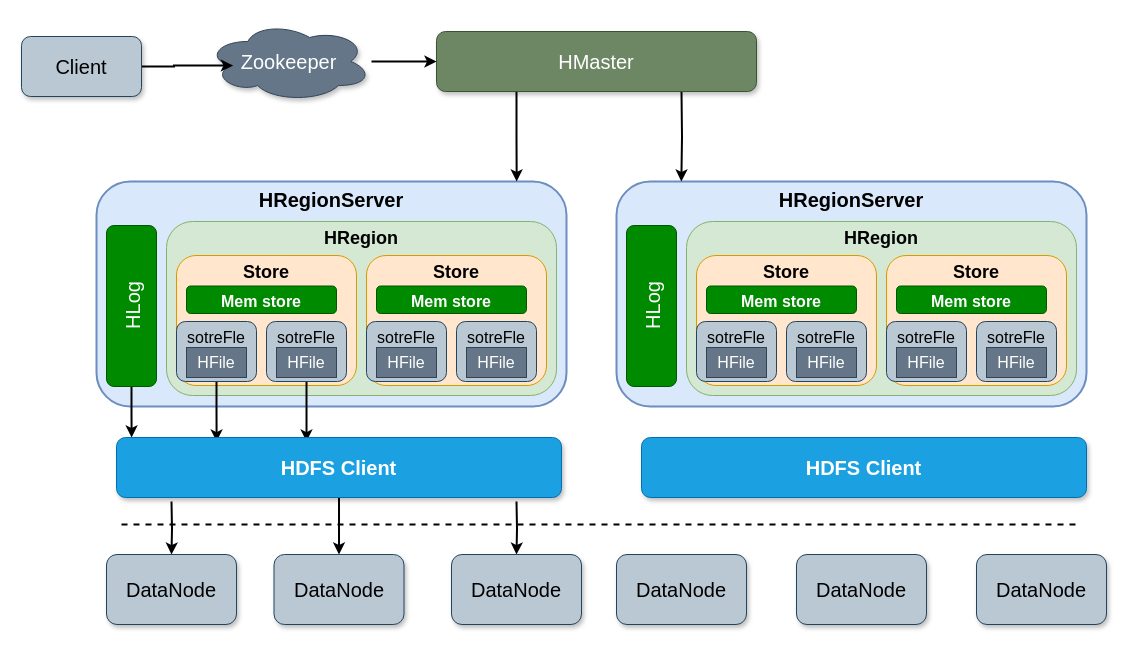
Above: HBase.drawio in starzy1990/diagrams (draw.io), before the change. Source tidied: cells renumbered, new cells numbered last; positions are measured from the earlier drawing's top-left corner, leaving out a move shared by most shapes. Both pictures are drawn from the tidied source at 100%, with x=0, y=0 at pixel (21, 21).
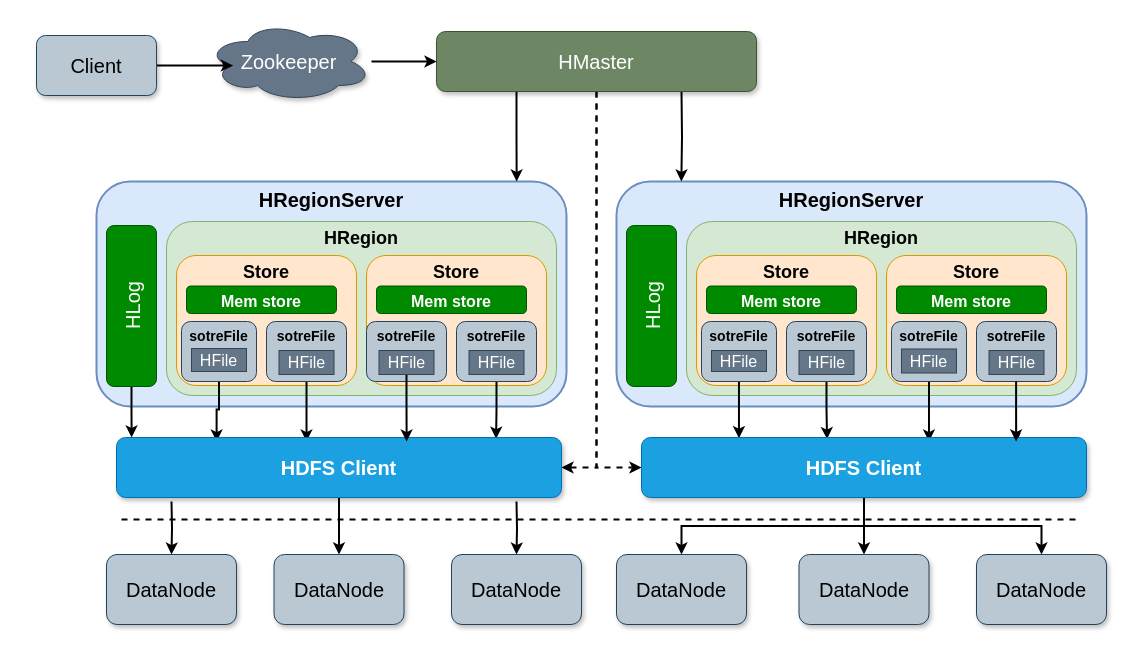
After the change.

The change refers to these unchanged cells:
```xml
<mxCell id="37" value="HMaster" style="rounded=1;whiteSpace=wrap;html=1;fontSize=20;fillColor=#6d8764;fontColor=#ffffff;strokeColor=#3A5431;shadow=1;" parent="1" vertex="1">
  <mxGeometry x="415" y="10" width="320" height="60" as="geometry" />
</mxCell>
<mxCell id="45" value="HDFS Client" style="rounded=1;whiteSpace=wrap;html=1;shadow=1;fontSize=20;fillColor=#1ba1e2;strokeColor=#006EAF;fontColor=#ffffff;fontStyle=1;" parent="1" vertex="1">
  <mxGeometry x="95" y="416" width="445" height="60" as="geometry" />
</mxCell>
<mxCell id="46" value="HDFS Client" style="rounded=1;whiteSpace=wrap;html=1;shadow=1;fontSize=20;fillColor=#1ba1e2;strokeColor=#006EAF;fontColor=#ffffff;fontStyle=1;" parent="1" vertex="1">
  <mxGeometry x="620" y="416" width="445" height="60" as="geometry" />
</mxCell>
<mxCell id="51" value="DataNode" style="rounded=1;whiteSpace=wrap;html=1;shadow=1;fontSize=20;fillColor=#bac8d3;strokeColor=#23445d;" parent="1" vertex="1">
  <mxGeometry x="595" y="533" width="130" height="70" as="geometry" />
</mxCell>
<mxCell id="53" value="DataNode" style="rounded=1;whiteSpace=wrap;html=1;shadow=1;fontSize=20;fillColor=#bac8d3;strokeColor=#23445d;" parent="1" vertex="1">
  <mxGeometry x="955" y="533" width="130" height="70" as="geometry" />
</mxCell>
```

The edit, as a diff of the source:
```diff
@@
-    <mxCell id="9" value="sotreFle" style="rounded=1;whiteSpace=wrap;html=1;fontSize=16;verticalAlign=top;fillColor=#bac8d3;strokeColor=#23445d;" parent="1" vertex="1">
-      <mxGeometry x="155" y="300" width="80" height="60" as="geometry" />
+    <mxCell id="9" value="sotreFile" style="rounded=1;whiteSpace=wrap;html=1;fontSize=14;verticalAlign=top;fillColor=#bac8d3;strokeColor=#23445d;fontStyle=1;" parent="1" vertex="1">
+      <mxGeometry x="160" y="300" width="75" height="60" as="geometry" />
     </mxCell>
-    <mxCell id="10" value="HFile" style="rounded=0;whiteSpace=wrap;html=1;fontSize=16;fillColor=#647687;strokeColor=#314354;fontColor=#ffffff;" parent="1" vertex="1">
-      <mxGeometry x="165" y="326" width="60" height="30" as="geometry" />
-    </mxCell>
@@
-    <mxCell id="12" value="sotreFle" style="rounded=1;whiteSpace=wrap;html=1;fontSize=16;verticalAlign=top;fillColor=#bac8d3;strokeColor=#23445d;" parent="1" vertex="1">
+    <mxCell id="12" value="sotreFile" style="rounded=1;whiteSpace=wrap;html=1;fontSize=14;verticalAlign=top;fillColor=#bac8d3;strokeColor=#23445d;fontStyle=1;" parent="1" vertex="1">
       <mxGeometry x="245" y="300" width="80" height="60" as="geometry" />
     </mxCell>
     <mxCell id="13" value="HFile" style="rounded=0;whiteSpace=wrap;html=1;fontSize=16;fillColor=#647687;strokeColor=#314354;fontColor=#ffffff;" parent="1" vertex="1">
-      <mxGeometry x="255" y="326" width="60" height="30" as="geometry" />
+      <mxGeometry x="170" y="327" width="55" height="23" as="geometry" />
     </mxCell>
@@
-    <mxCell id="16" value="sotreFle" style="rounded=1;whiteSpace=wrap;html=1;fontSize=16;verticalAlign=top;fillColor=#bac8d3;strokeColor=#23445d;" parent="1" vertex="1">
+    <mxCell id="16" value="sotreFile" style="rounded=1;whiteSpace=wrap;html=1;fontSize=14;verticalAlign=top;fillColor=#bac8d3;strokeColor=#23445d;fontStyle=1;" parent="1" vertex="1">
       <mxGeometry x="345" y="300" width="80" height="60" as="geometry" />
     </mxCell>
-    <mxCell id="17" value="HFile" style="rounded=0;whiteSpace=wrap;html=1;fontSize=16;fillColor=#647687;strokeColor=#314354;fontColor=#ffffff;" parent="1" vertex="1">
-      <mxGeometry x="355" y="326" width="60" height="30" as="geometry" />
-    </mxCell>
+    <mxCell id="54" style="edgeStyle=orthogonalEdgeStyle;rounded=0;jettySize=auto;html=1;entryX=0.853;entryY=0.02;entryDx=0;entryDy=0;entryPerimeter=0;strokeWidth=2;" parent="1" edge="1" source="18" target="45">
+      <mxGeometry relative="1" as="geometry" />
+    </mxCell>
-    <mxCell id="18" value="sotreFle" style="rounded=1;whiteSpace=wrap;html=1;fontSize=16;verticalAlign=top;fillColor=#bac8d3;strokeColor=#23445d;" parent="1" vertex="1">
+    <mxCell id="18" value="sotreFile" style="rounded=1;whiteSpace=wrap;html=1;fontSize=14;verticalAlign=top;fillColor=#bac8d3;strokeColor=#23445d;fontStyle=1;" parent="1" vertex="1">
       <mxGeometry x="435" y="300" width="80" height="60" as="geometry" />
     </mxCell>
-    <mxCell id="19" value="HFile" style="rounded=0;whiteSpace=wrap;html=1;fontSize=16;fillColor=#647687;strokeColor=#314354;fontColor=#ffffff;" parent="1" vertex="1">
-      <mxGeometry x="445" y="326" width="60" height="30" as="geometry" />
-    </mxCell>
@@
+    <mxCell id="55" style="edgeStyle=orthogonalEdgeStyle;rounded=0;jettySize=auto;html=1;entryX=0.219;entryY=0.012;entryDx=0;entryDy=0;entryPerimeter=0;strokeWidth=2;" parent="1" edge="1" source="25" target="46">
+      <mxGeometry relative="1" as="geometry" />
+    </mxCell>
-    <mxCell id="25" value="sotreFle" style="rounded=1;whiteSpace=wrap;html=1;fontSize=16;verticalAlign=top;fillColor=#bac8d3;strokeColor=#23445d;" parent="1" vertex="1">
-      <mxGeometry x="675" y="300" width="80" height="60" as="geometry" />
+    <mxCell id="25" value="sotreFile" style="rounded=1;whiteSpace=wrap;html=1;fontSize=14;verticalAlign=top;fillColor=#bac8d3;strokeColor=#23445d;fontStyle=1;" parent="1" vertex="1">
+      <mxGeometry x="680" y="300" width="75" height="60" as="geometry" />
     </mxCell>
-    <mxCell id="26" value="HFile" style="rounded=0;whiteSpace=wrap;html=1;fontSize=16;fillColor=#647687;strokeColor=#314354;fontColor=#ffffff;" parent="1" vertex="1">
-      <mxGeometry x="685" y="326" width="60" height="30" as="geometry" />
-    </mxCell>
+    <mxCell id="56" style="edgeStyle=orthogonalEdgeStyle;rounded=0;jettySize=auto;html=1;entryX=0.417;entryY=0.027;entryDx=0;entryDy=0;entryPerimeter=0;strokeWidth=2;" parent="1" edge="1" source="27" target="46">
+      <mxGeometry relative="1" as="geometry" />
+    </mxCell>
-    <mxCell id="27" value="sotreFle" style="rounded=1;whiteSpace=wrap;html=1;fontSize=16;verticalAlign=top;fillColor=#bac8d3;strokeColor=#23445d;" parent="1" vertex="1">
+    <mxCell id="27" value="sotreFile" style="rounded=1;whiteSpace=wrap;html=1;fontSize=14;verticalAlign=top;fillColor=#bac8d3;strokeColor=#23445d;fontStyle=1;" parent="1" vertex="1">
       <mxGeometry x="765" y="300" width="80" height="60" as="geometry" />
     </mxCell>
-    <mxCell id="28" value="HFile" style="rounded=0;whiteSpace=wrap;html=1;fontSize=16;fillColor=#647687;strokeColor=#314354;fontColor=#ffffff;" parent="1" vertex="1">
-      <mxGeometry x="775" y="326" width="60" height="30" as="geometry" />
-    </mxCell>
@@
+    <mxCell id="57" style="edgeStyle=orthogonalEdgeStyle;rounded=0;jettySize=auto;html=1;entryX=0.646;entryY=0.067;entryDx=0;entryDy=0;entryPerimeter=0;strokeWidth=2;" parent="1" edge="1" source="31" target="46">
+      <mxGeometry relative="1" as="geometry" />
+    </mxCell>
-    <mxCell id="31" value="sotreFle" style="rounded=1;whiteSpace=wrap;html=1;fontSize=16;verticalAlign=top;fillColor=#bac8d3;strokeColor=#23445d;" parent="1" vertex="1">
-      <mxGeometry x="865" y="300" width="80" height="60" as="geometry" />
+    <mxCell id="31" value="sotreFile" style="rounded=1;whiteSpace=wrap;html=1;fontSize=14;verticalAlign=top;fillColor=#bac8d3;strokeColor=#23445d;fontStyle=1;" parent="1" vertex="1">
+      <mxGeometry x="870" y="300" width="75" height="60" as="geometry" />
     </mxCell>
-    <mxCell id="32" value="HFile" style="rounded=0;whiteSpace=wrap;html=1;fontSize=16;fillColor=#647687;strokeColor=#314354;fontColor=#ffffff;" parent="1" vertex="1">
-      <mxGeometry x="875" y="326" width="60" height="30" as="geometry" />
-    </mxCell>
+    <mxCell id="58" style="edgeStyle=orthogonalEdgeStyle;rounded=0;jettySize=auto;html=1;entryX=0.843;entryY=0.067;entryDx=0;entryDy=0;entryPerimeter=0;" parent="1" edge="1" source="33" target="46">
+      <mxGeometry relative="1" as="geometry" />
+    </mxCell>
-    <mxCell id="33" value="sotreFle" style="rounded=1;whiteSpace=wrap;html=1;fontSize=16;verticalAlign=top;fillColor=#bac8d3;strokeColor=#23445d;" parent="1" vertex="1">
+    <mxCell id="33" value="sotreFile" style="rounded=1;whiteSpace=wrap;html=1;fontSize=14;verticalAlign=top;fillColor=#bac8d3;strokeColor=#23445d;fontStyle=1;" parent="1" vertex="1">
       <mxGeometry x="955" y="300" width="80" height="60" as="geometry" />
     </mxCell>
-    <mxCell id="34" value="HFile" style="rounded=0;whiteSpace=wrap;html=1;fontSize=16;fillColor=#647687;strokeColor=#314354;fontColor=#ffffff;" parent="1" vertex="1">
-      <mxGeometry x="965" y="326" width="60" height="30" as="geometry" />
-    </mxCell>
@@
+    <mxCell id="59" style="edgeStyle=orthogonalEdgeStyle;rounded=0;jettySize=auto;html=1;entryX=0;entryY=0.5;entryDx=0;entryDy=0;strokeWidth=2;dashed=1;" parent="1" edge="1" source="37" target="46">
+      <mxGeometry relative="1" as="geometry" />
+    </mxCell>
+    <mxCell id="60" style="edgeStyle=orthogonalEdgeStyle;rounded=0;jettySize=auto;html=1;entryX=1;entryY=0.5;entryDx=0;entryDy=0;strokeWidth=2;dashed=1;" parent="1" edge="1" source="37" target="45">
+      <mxGeometry relative="1" as="geometry" />
+    </mxCell>
@@
     <mxCell id="41" value="Client" style="rounded=1;whiteSpace=wrap;html=1;shadow=1;fontSize=20;fillColor=#bac8d3;strokeColor=#23445d;" parent="1" vertex="1">
-      <mxGeometry y="15" width="120" height="60" as="geometry" />
+      <mxGeometry x="15" y="14" width="120" height="60" as="geometry" />
     </mxCell>
@@
+    <mxCell id="61" style="edgeStyle=orthogonalEdgeStyle;rounded=0;jettySize=auto;html=1;entryX=0.5;entryY=0;entryDx=0;entryDy=0;strokeWidth=2;" parent="1" edge="1" source="46" target="52">
+      <mxGeometry relative="1" as="geometry" />
+    </mxCell>
+    <mxCell id="62" style="edgeStyle=orthogonalEdgeStyle;rounded=0;jettySize=auto;html=1;entryX=0.5;entryY=0;entryDx=0;entryDy=0;strokeWidth=2;" parent="1" edge="1" source="46" target="51">
+      <mxGeometry relative="1" as="geometry" />
+    </mxCell>
+    <mxCell id="63" style="edgeStyle=orthogonalEdgeStyle;rounded=0;jettySize=auto;html=1;strokeWidth=2;" parent="1" edge="1" source="46" target="53">
+      <mxGeometry relative="1" as="geometry" />
+    </mxCell>
@@
     <mxCell id="47" style="endArrow=none;dashed=1;html=1;rounded=0;strokeWidth=2;fontSize=20;" parent="1" edge="1">
       <mxGeometry relative="1" as="geometry">
-        <mxPoint x="100" y="503" as="sourcePoint" />
-        <mxPoint x="1060" y="503" as="targetPoint" />
+        <mxPoint x="100" y="498" as="sourcePoint" />
+        <mxPoint x="1060" y="498" as="targetPoint" />
       </mxGeometry>
     </mxCell>
@@
     <mxCell id="52" value="DataNode" style="rounded=1;whiteSpace=wrap;html=1;shadow=1;fontSize=20;fillColor=#bac8d3;strokeColor=#23445d;" parent="1" vertex="1">
-      <mxGeometry x="775" y="533" width="130" height="70" as="geometry" />
+      <mxGeometry x="777.5" y="533" width="130" height="70" as="geometry" />
     </mxCell>
@@
+    <mxCell id="64" value="HFile" style="rounded=0;whiteSpace=wrap;html=1;fontSize=16;fillColor=#647687;strokeColor=#314354;fontColor=#ffffff;" parent="1" vertex="1">
+      <mxGeometry x="257.5" y="329" width="55" height="24" as="geometry" />
+    </mxCell>
+    <mxCell id="65" style="edgeStyle=orthogonalEdgeStyle;rounded=0;jettySize=auto;html=1;entryX=0.652;entryY=0.067;entryDx=0;entryDy=0;entryPerimeter=0;strokeWidth=2;" parent="1" edge="1" source="66" target="45">
+      <mxGeometry relative="1" as="geometry" />
+    </mxCell>
+    <mxCell id="66" value="HFile" style="rounded=0;whiteSpace=wrap;html=1;fontSize=16;fillColor=#647687;strokeColor=#314354;fontColor=#ffffff;" parent="1" vertex="1">
+      <mxGeometry x="357.5" y="329" width="55" height="24" as="geometry" />
+    </mxCell>
+    <mxCell id="67" value="HFile" style="rounded=0;whiteSpace=wrap;html=1;fontSize=16;fillColor=#647687;strokeColor=#314354;fontColor=#ffffff;" parent="1" vertex="1">
+      <mxGeometry x="447.5" y="329" width="55" height="24" as="geometry" />
+    </mxCell>
+    <mxCell id="68" value="HFile" style="rounded=0;whiteSpace=wrap;html=1;fontSize=16;fillColor=#647687;strokeColor=#314354;fontColor=#ffffff;" parent="1" vertex="1">
+      <mxGeometry x="690" y="329" width="55" height="21" as="geometry" />
+    </mxCell>
+    <mxCell id="69" value="HFile" style="rounded=0;whiteSpace=wrap;html=1;fontSize=16;fillColor=#647687;strokeColor=#314354;fontColor=#ffffff;" parent="1" vertex="1">
+      <mxGeometry x="777.5" y="329" width="55" height="24" as="geometry" />
+    </mxCell>
+    <mxCell id="70" value="HFile" style="rounded=0;whiteSpace=wrap;html=1;fontSize=16;fillColor=#647687;strokeColor=#314354;fontColor=#ffffff;" parent="1" vertex="1">
+      <mxGeometry x="880" y="327.5" width="55" height="24" as="geometry" />
+    </mxCell>
+    <mxCell id="71" value="HFile" style="rounded=0;whiteSpace=wrap;html=1;fontSize=16;fillColor=#647687;strokeColor=#314354;fontColor=#ffffff;" parent="1" vertex="1">
+      <mxGeometry x="967.5" y="329" width="55" height="24" as="geometry" />
+    </mxCell>
+    <mxCell id="72" style="edgeStyle=orthogonalEdgeStyle;rounded=0;orthogonalLoop=1;jettySize=auto;html=1;entryX=0.843;entryY=0.067;entryDx=0;entryDy=0;entryPerimeter=0;strokeWidth=2;" parent="1" edge="1">
+      <mxGeometry relative="1" as="geometry">
+        <mxPoint x="994.6" y="360" as="sourcePoint" />
+        <mxPoint x="994.6" y="420" as="targetPoint" />
+      </mxGeometry>
+    </mxCell>
```
